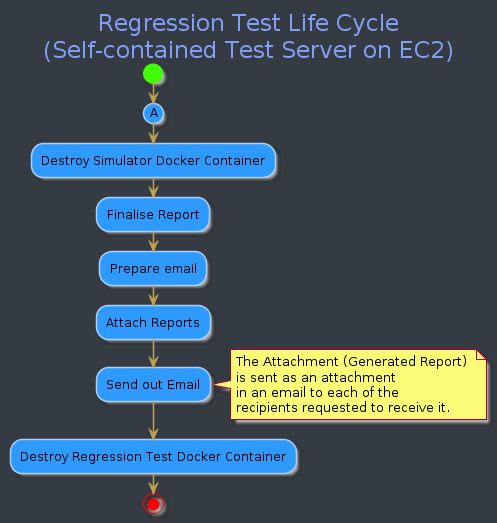
Earlier version of the PlantUML export Diagrams/QaRegressionTestingMojaloop-P3.png (Moneyport/ml-qa-regression-testing).
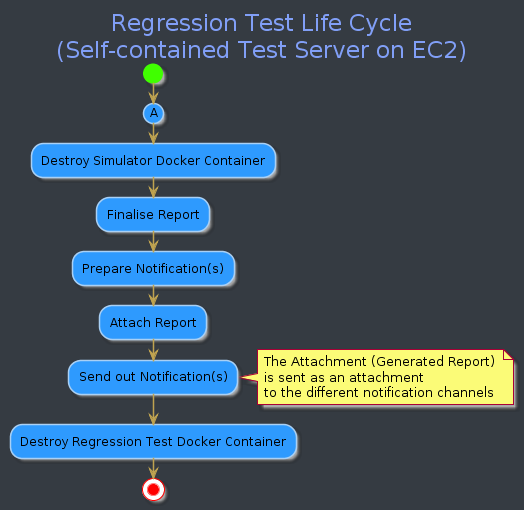
Above is the later version.

Commit message:
Refined Regression Testing Framework

Change to the diagram source:
```diff
@@ -21,15 +21,13 @@
 
 start
 
-
-
 (A)
 :Destroy Simulator Docker Container;
 :Finalise Report;
-:Prepare email;
-:Attach Reports;
-:Send out Email;
-note right: The Attachment (Generated Report) \nis sent as an attachment \nin an email to each of the \nrecipients requested to receive it.
+:Prepare Notification(s);
+:Attach Report;
+:Send out Notification(s);
+note right: The Attachment (Generated Report) \nis sent as an attachment \nto the different notification channels
 :Destroy Regression Test Docker Container;
 stop
 @enduml
```
